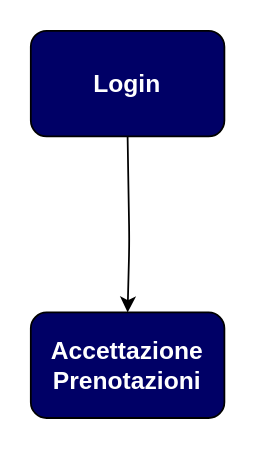
The draw.io diagram Documenti/Path Navigazionali/NavigationalPathImpiegato.drawio in Givaa/MedQueue, before the edit. Source tidied: cells renumbered, new cells numbered last; positions are measured from the earlier drawing's top-left corner, leaving out a move shared by most shapes. Both pictures are drawn from the tidied source at 176%, with x=0, y=0 at pixel (30, 30).
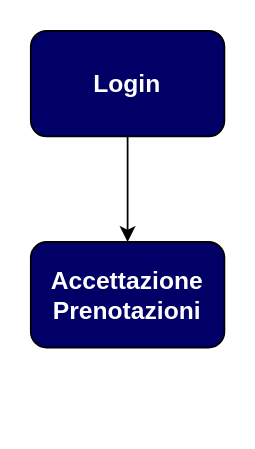
After the change.

What changed in the source:
```diff
@@
 <mxGraphModel>
   <root>
     <mxCell id="0" />
     <mxCell id="1" parent="0" />
     <mxCell id="2" value="Login" style="rounded=1;whiteSpace=wrap;html=1;fillColor=#000066;fontColor=#FFFFFF;fontStyle=1;fontSize=14;" parent="1" vertex="1">
       <mxGeometry width="110" height="60" as="geometry" />
     </mxCell>
     <mxCell id="3" value="Accettazione Prenotazioni" style="rounded=1;whiteSpace=wrap;html=1;fillColor=#000066;fontColor=#FFFFFF;fontStyle=1;fontSize=14;" parent="1" vertex="1">
-      <mxGeometry y="160" width="110" height="60" as="geometry" />
+      <mxGeometry y="120" width="110" height="60" as="geometry" />
     </mxCell>
-    <mxCell id="4" style="endArrow=classic;html=1;exitX=0.5;exitY=1;exitDx=0;exitDy=0;entryX=0.5;entryY=0;entryDx=0;entryDy=0;" parent="1" edge="1" source="2" target="3">
-      <mxGeometry relative="1" as="geometry">
-        <Array as="points">
-          <mxPoint x="56" y="120" />
-        </Array>
-      </mxGeometry>
+    <mxCell id="4" style="endArrow=classic;html=1;fontSize=14;fontColor=#FFFFFF;exitX=0.5;exitY=1;exitDx=0;exitDy=0;entryX=0.5;entryY=0;entryDx=0;entryDy=0;" parent="1" edge="1" source="2" target="3">
+      <mxGeometry relative="1" as="geometry" />
     </mxCell>
   </root>
 </mxGraphModel>
```
